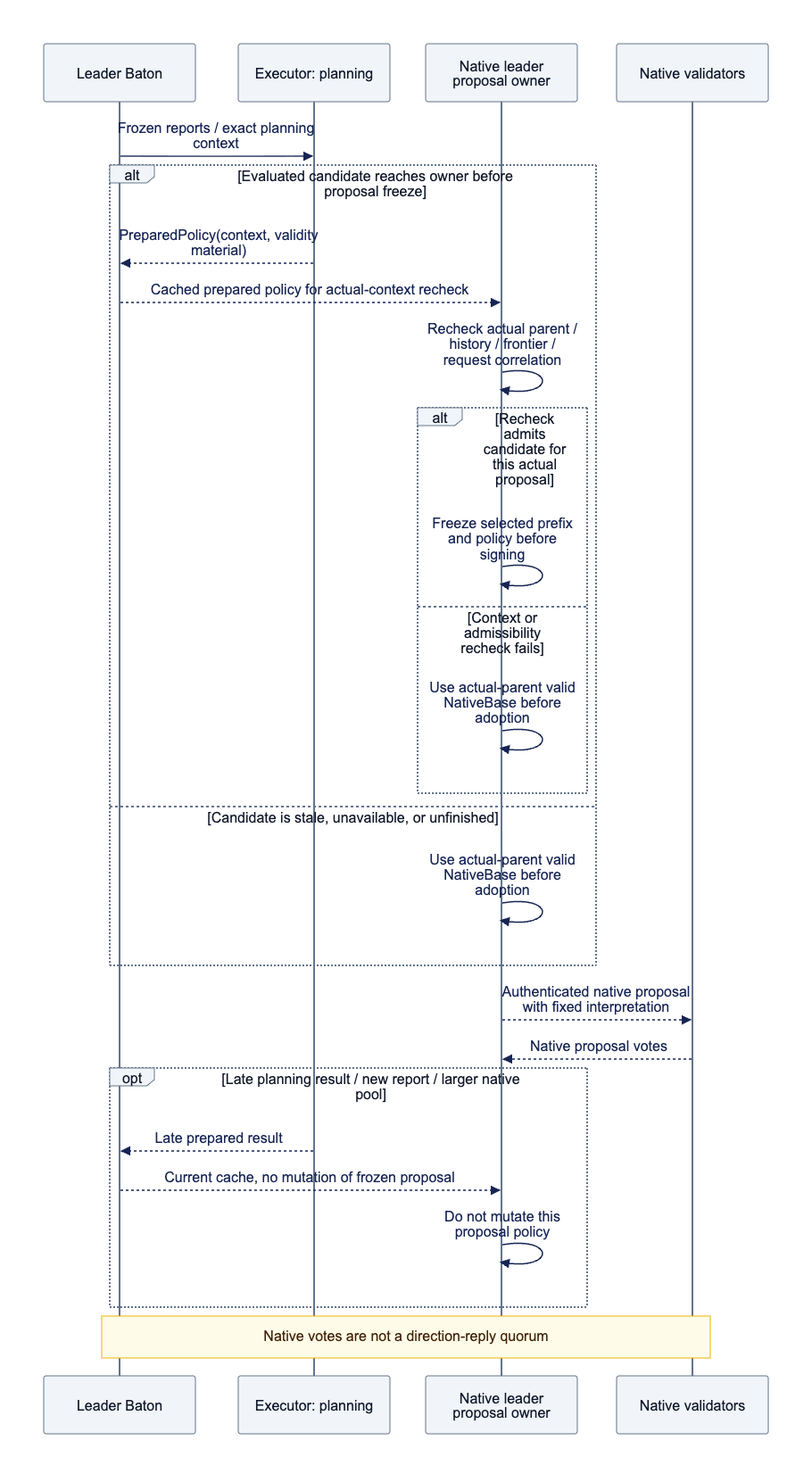
djm07073/baton-research keeps this Mermaid diagram as docs/assets/diagrams/diagram-12.png. Above is the earlier version. Its source is kept beside it as docs/assets/diagrams/diagram-12.mmd.
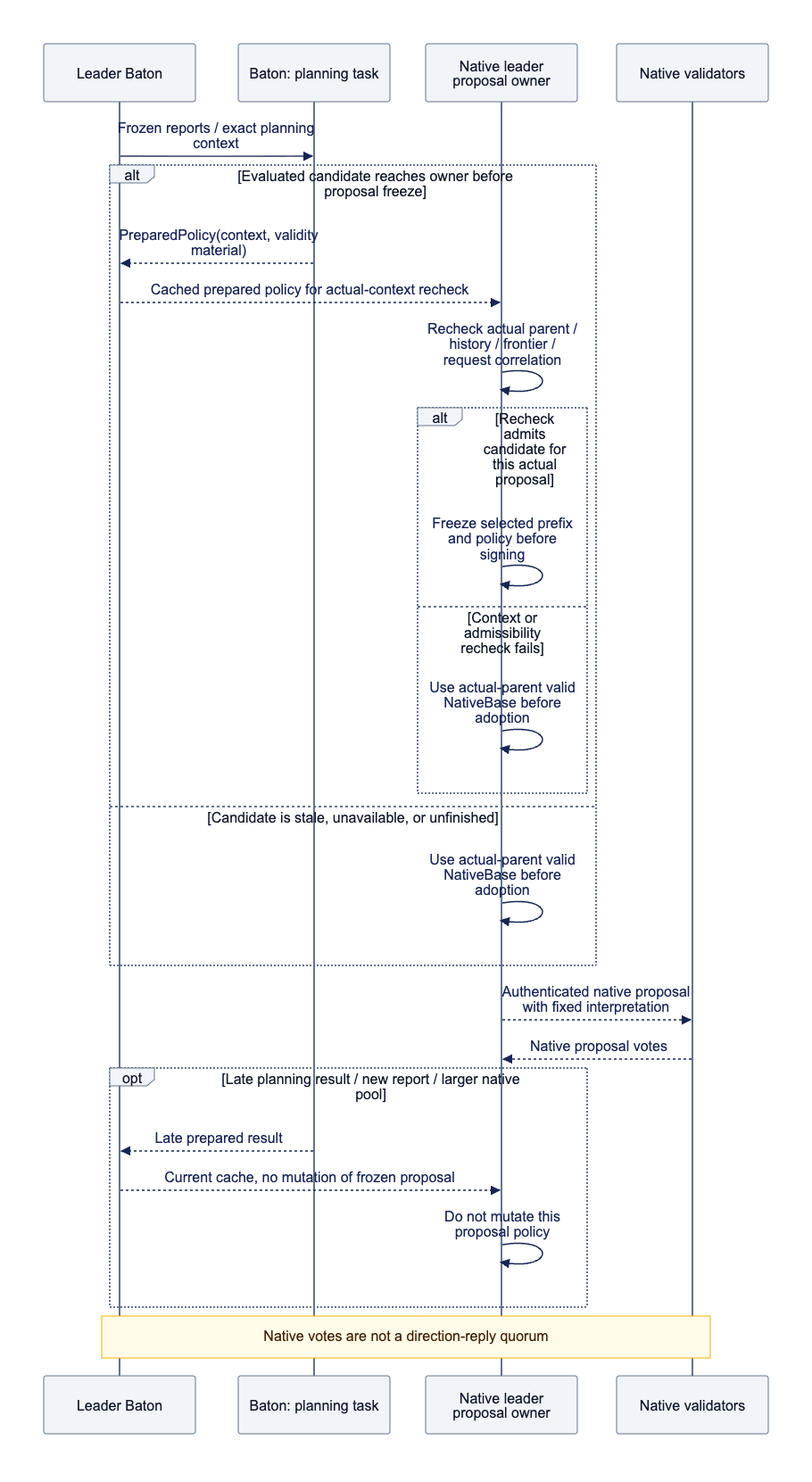
The same diagram one commit later.

What changed in the source:
```diff
@@ -1,6 +1,6 @@
 sequenceDiagram
     participant L as Leader Baton
-    participant P as Executor: planning
+    participant P as Baton: planning task
     participant N as Native leader proposal owner
     participant V as Native validators
     L->>P: Frozen reports / exact planning context
```
